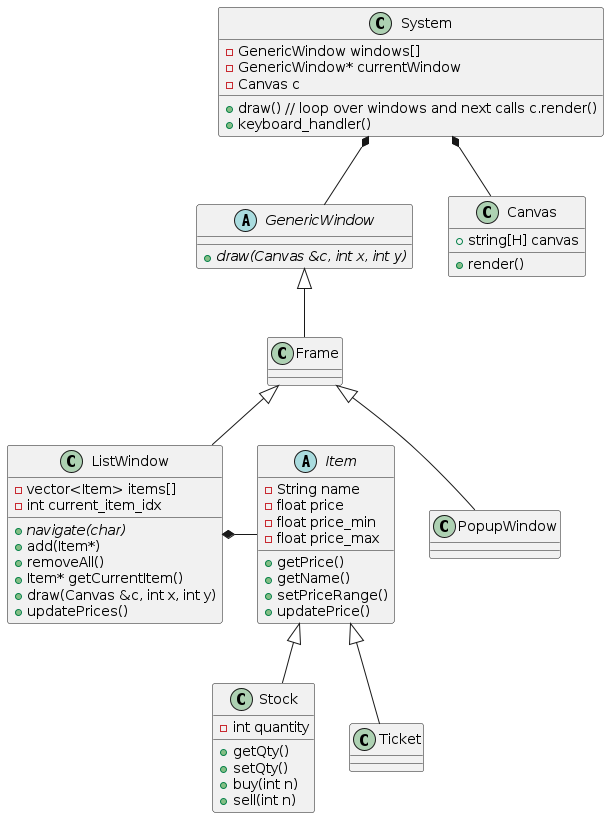
This is out/doc/high_level/high_level.png from plpabla/dealg, a PlantUML export, as it was before one commit.
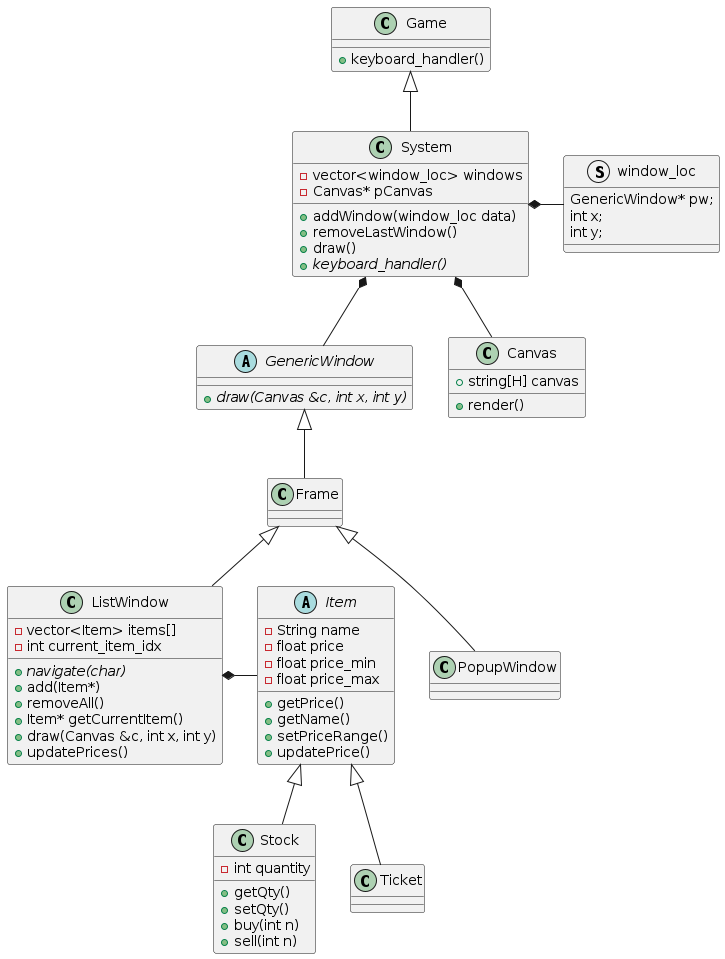
The same file after the commit.

Commit message:
Update class diagram

Diff of the diagram source:
```diff
@@ -1,12 +1,29 @@
 @startuml
+class Game
+{
+    + keyboard_handler()
+}
+
+Game <|-- System
+
 class System
 {
-    - GenericWindow windows[]
-    - GenericWindow* currentWindow
-    - Canvas c
-    + draw() // loop over windows and next calls c.render()
-    + keyboard_handler()
+    - vector<window_loc> windows
+    - Canvas* pCanvas
+    + addWindow(window_loc data)
+    + removeLastWindow()
+    + draw()
+    + {abstract} keyboard_handler()
 }
+
+struct window_loc
+{
+    GenericWindow* pw;
+    int x;
+    int y;
+}
+
+System *- window_loc
 
 
 abstract GenericWindow
```
